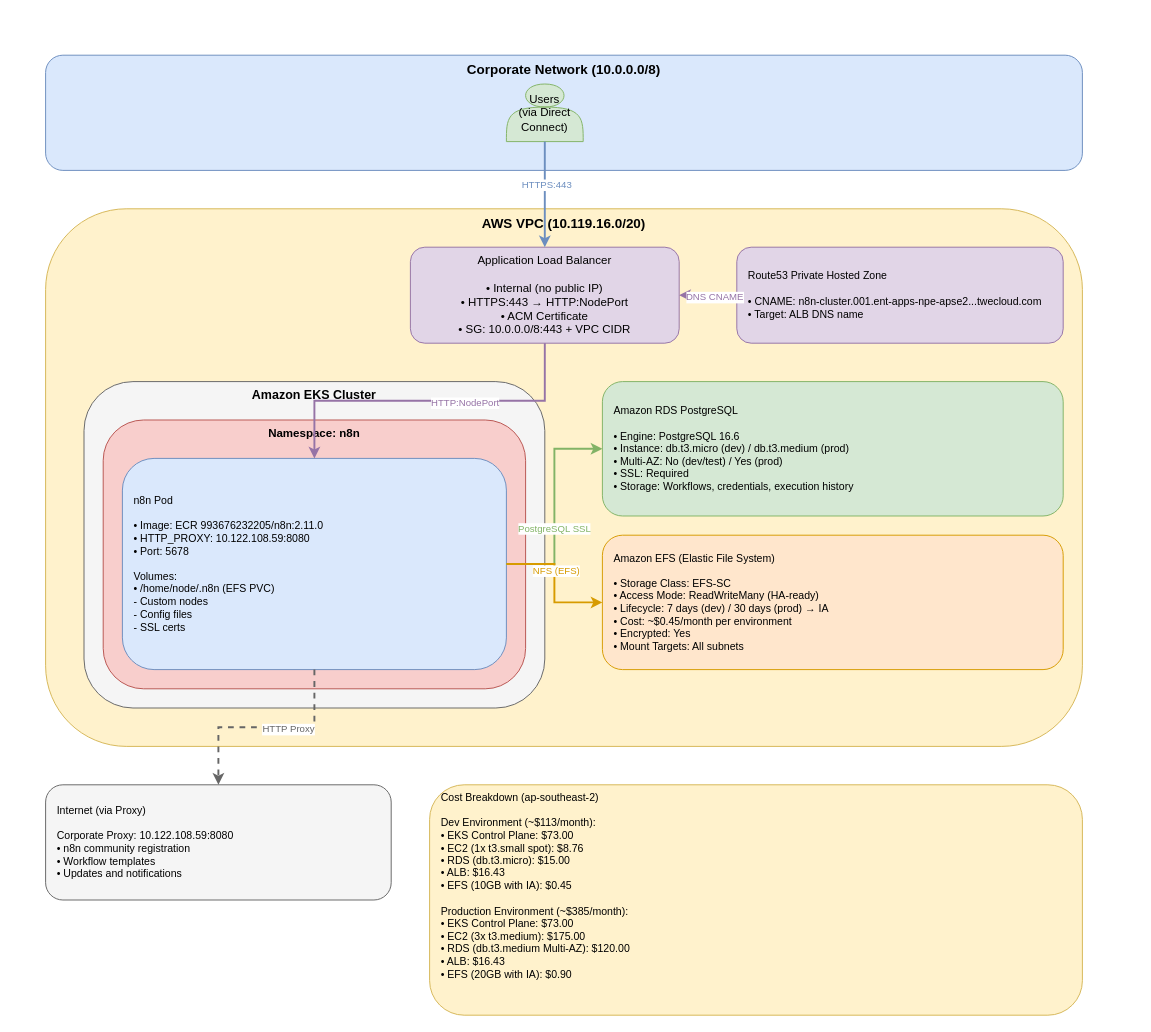
Earlier version of the draw.io diagram architecture-diagram.drawio (twe-cloudops/n8n-on-aws-eks). Source tidied: cells renumbered, new cells numbered last; positions are measured from the earlier drawing's top-left corner, leaving out a move shared by most shapes. Both pictures are drawn from the tidied source at 96%, with x=0, y=0 at pixel (45, 55).
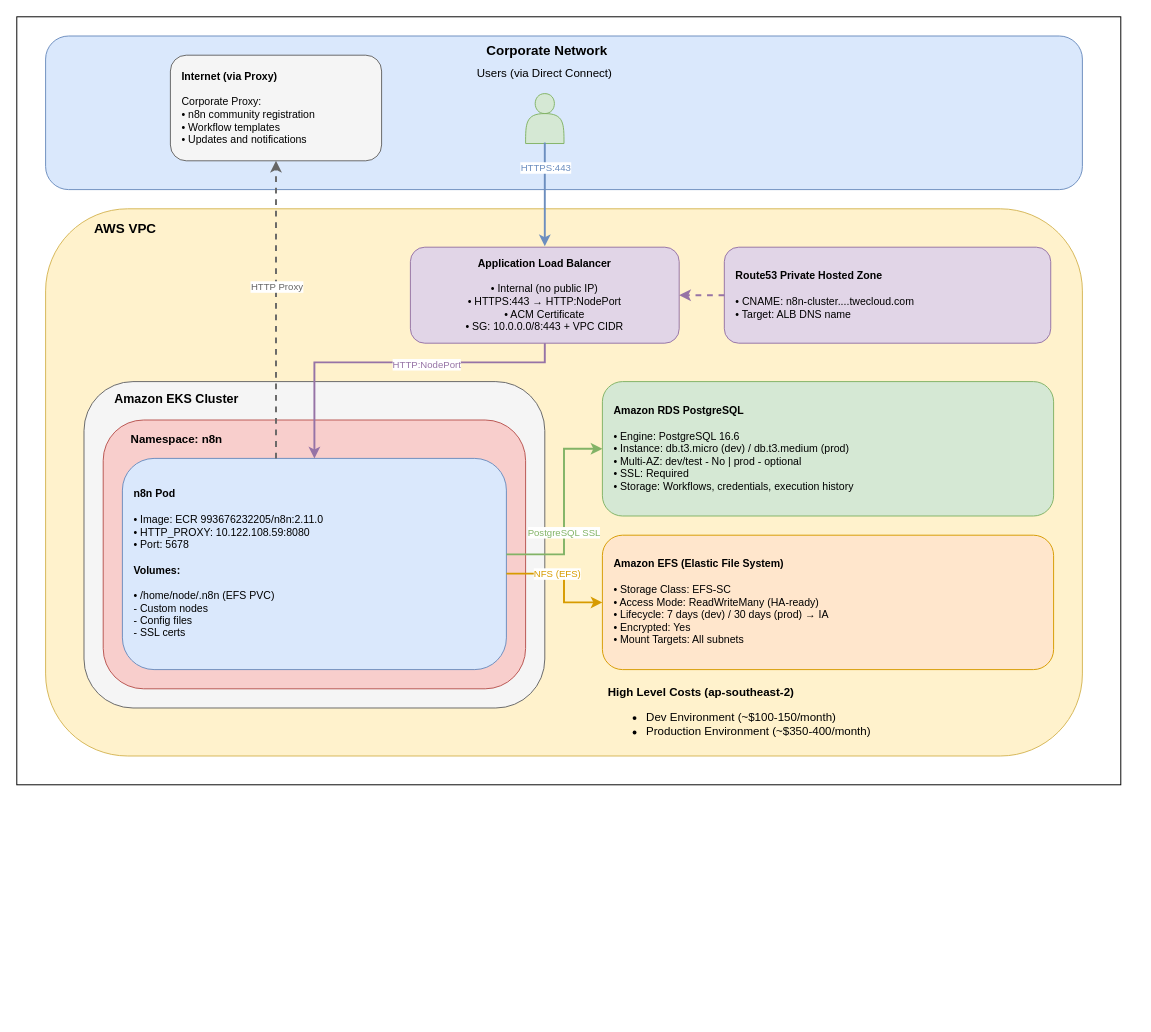
The same page after the edit.

Commit message (it also covers changes not shown here):
Update architecture diagram with exported PNG

- Updated Draw.io diagram
- Added PNG export for easy viewing
- Shows complete AWS infrastructure with data flows

Unchanged cells that the change refers to:
```xml
<mxCell id="24" style="edgeStyle=orthogonalEdgeStyle;rounded=0;jettySize=auto;html=1;strokeWidth=2;strokeColor=#9673a6;dashed=1;" parent="1" edge="1" source="11" target="5">
  <mxGeometry relative="1" as="geometry" />
</mxCell>
```

The edit, as a diff of the source:
```diff
@@
+    <mxCell id="26" style="rounded=0;whiteSpace=wrap;html=1;" parent="1" vertex="1">
+      <mxGeometry x="-30" y="-40" width="1150" height="800" as="geometry" />
+    </mxCell>
-    <mxCell id="2" value="Corporate Network (10.0.0.0/8)" style="rounded=1;whiteSpace=wrap;html=1;fillColor=#dae8fc;strokeColor=#6c8ebf;verticalAlign=top;fontSize=14;fontStyle=1;" parent="1" vertex="1">
-      <mxGeometry width="1080" height="120" as="geometry" />
+    <mxCell id="2" value="Corporate Network&amp;nbsp; &amp;nbsp; &amp;nbsp; &amp;nbsp; &amp;nbsp;" style="rounded=1;whiteSpace=wrap;html=1;fillColor=#dae8fc;strokeColor=#6c8ebf;verticalAlign=top;fontSize=14;fontStyle=1;" parent="1" vertex="1">
+      <mxGeometry y="-20" width="1080" height="160" as="geometry" />
     </mxCell>
-    <mxCell id="3" value="Users&#10;(via Direct Connect)" style="shape=actor;whiteSpace=wrap;html=1;fillColor=#d5e8d4;strokeColor=#82b366;" parent="1" vertex="1">
-      <mxGeometry x="480" y="30" width="80" height="60" as="geometry" />
+    <mxCell id="3" style="shape=actor;whiteSpace=wrap;html=1;fillColor=#d5e8d4;strokeColor=#82b366;" parent="1" vertex="1">
+      <mxGeometry x="500" y="40" width="40" height="52" as="geometry" />
     </mxCell>
-    <mxCell id="4" value="AWS VPC (10.119.16.0/20)" style="rounded=1;whiteSpace=wrap;html=1;fillColor=#fff2cc;strokeColor=#d6b656;verticalAlign=top;fontSize=14;fontStyle=1;" parent="1" vertex="1">
-      <mxGeometry y="160" width="1080" height="560" as="geometry" />
+    <mxCell id="4" value="AWS VPC" style="rounded=1;whiteSpace=wrap;html=1;fillColor=#fff2cc;strokeColor=#d6b656;verticalAlign=top;fontSize=14;fontStyle=1;align=left;spacingLeft=49;spacingTop=6;" parent="1" vertex="1">
+      <mxGeometry y="160" width="1080" height="570" as="geometry" />
     </mxCell>
-    <mxCell id="5" value="Application Load Balancer&#10;&#10;• Internal (no public IP)&#10;• HTTPS:443 → HTTP:NodePort&#10;• ACM Certificate&#10;• SG: 10.0.0.0/8:443 + VPC CIDR" style="rounded=1;whiteSpace=wrap;html=1;fillColor=#e1d5e7;strokeColor=#9673a6;fontSize=12;" parent="1" vertex="1">
+    <mxCell id="5" value="&lt;b&gt;Application Load Balancer&lt;/b&gt;&lt;br&gt;&lt;br&gt;• Internal (no public IP)&lt;br&gt;• HTTPS:443 → HTTP:NodePort&lt;br&gt;• ACM Certificate&lt;br&gt;• SG: 10.0.0.0/8:443 + VPC CIDR" style="rounded=1;whiteSpace=wrap;html=1;fillColor=#e1d5e7;strokeColor=#9673a6;fontSize=11;" parent="1" vertex="1">
       <mxGeometry x="380" y="200" width="280" height="100" as="geometry" />
     </mxCell>
-    <mxCell id="6" value="Amazon EKS Cluster" style="rounded=1;whiteSpace=wrap;html=1;fillColor=#f5f5f5;strokeColor=#666666;verticalAlign=top;fontSize=13;fontStyle=1;" parent="1" vertex="1">
+    <mxCell id="6" value="Amazon EKS Cluster" style="rounded=1;whiteSpace=wrap;html=1;fillColor=#f5f5f5;strokeColor=#666666;verticalAlign=top;fontSize=13;fontStyle=1;align=left;spacingLeft=30;spacingTop=4;" parent="1" vertex="1">
       <mxGeometry x="40" y="340" width="480" height="340" as="geometry" />
     </mxCell>
-    <mxCell id="7" value="Namespace: n8n" style="rounded=1;whiteSpace=wrap;html=1;fillColor=#f8cecc;strokeColor=#b85450;verticalAlign=top;fontSize=12;fontStyle=1;" parent="1" vertex="1">
+    <mxCell id="7" value="Namespace: n8n" style="rounded=1;whiteSpace=wrap;html=1;fillColor=#f8cecc;strokeColor=#b85450;verticalAlign=top;fontSize=12;fontStyle=1;align=left;spacingLeft=27;spacingBottom=0;spacingTop=6;" parent="1" vertex="1">
       <mxGeometry x="60" y="380" width="440" height="280" as="geometry" />
     </mxCell>
-    <mxCell id="8" value="n8n Pod&#10;&#10;• Image: ECR 993676232205/n8n:2.11.0&#10;• HTTP_PROXY: 10.122.108.59:8080&#10;• Port: 5678&#10;&#10;Volumes:&#10;• /home/node/.n8n (EFS PVC)&#10;  - Custom nodes&#10;  - Config files&#10;  - SSL certs" style="rounded=1;whiteSpace=wrap;html=1;fillColor=#dae8fc;strokeColor=#6c8ebf;fontSize=11;align=left;spacingLeft=10;" parent="1" vertex="1">
+    <mxCell id="8" value="&lt;b&gt;n8n Pod&lt;/b&gt;&lt;br&gt;&lt;br&gt;• Image: ECR 993676232205/n8n:2.11.0&lt;br&gt;• HTTP_PROXY: 10.122.108.59:8080&lt;br&gt;• Port: 5678&lt;br&gt;&lt;br&gt;&lt;b&gt;Volumes:&lt;br&gt;&lt;/b&gt;&lt;br&gt;• /home/node/.n8n (EFS PVC)&lt;br&gt;  - Custom nodes&lt;br&gt;  - Config files&lt;br&gt;  - SSL certs" style="rounded=1;whiteSpace=wrap;html=1;fillColor=#dae8fc;strokeColor=#6c8ebf;fontSize=11;align=left;spacingLeft=10;" parent="1" vertex="1">
       <mxGeometry x="80" y="420" width="400" height="220" as="geometry" />
     </mxCell>
-    <mxCell id="9" value="Amazon RDS PostgreSQL&#10;&#10;• Engine: PostgreSQL 16.6&#10;• Instance: db.t3.micro (dev) / db.t3.medium (prod)&#10;• Multi-AZ: No (dev/test) / Yes (prod)&#10;• SSL: Required&#10;• Storage: Workflows, credentials, execution history" style="rounded=1;whiteSpace=wrap;html=1;fillColor=#d5e8d4;strokeColor=#82b366;fontSize=11;align=left;spacingLeft=10;" parent="1" vertex="1">
-      <mxGeometry x="580" y="340" width="480" height="140" as="geometry" />
+    <mxCell id="9" value="&lt;b&gt;Amazon RDS PostgreSQL&lt;/b&gt;&lt;br&gt;&lt;br&gt;• Engine: PostgreSQL 16.6&lt;br&gt;• Instance: db.t3.micro (dev) / db.t3.medium (prod)&lt;br&gt;• Multi-AZ: dev/test - No | prod - optional&lt;br&gt;• SSL: Required&lt;br&gt;• Storage: Workflows, credentials, execution history" style="rounded=1;whiteSpace=wrap;html=1;fillColor=#d5e8d4;strokeColor=#82b366;fontSize=11;align=left;spacingLeft=10;" parent="1" vertex="1">
+      <mxGeometry x="580" y="340" width="470" height="140" as="geometry" />
     </mxCell>
-    <mxCell id="10" value="Amazon EFS (Elastic File System)&#10;&#10;• Storage Class: EFS-SC&#10;• Access Mode: ReadWriteMany (HA-ready)&#10;• Lifecycle: 7 days (dev) / 30 days (prod) → IA&#10;• Cost: ~$0.45/month per environment&#10;• Encrypted: Yes&#10;• Mount Targets: All subnets" style="rounded=1;whiteSpace=wrap;html=1;fillColor=#ffe6cc;strokeColor=#d79b00;fontSize=11;align=left;spacingLeft=10;" parent="1" vertex="1">
-      <mxGeometry x="580" y="500" width="480" height="140" as="geometry" />
+    <mxCell id="10" value="&lt;b&gt;Amazon EFS (Elastic File System)&lt;/b&gt;&lt;br&gt;&lt;br&gt;• Storage Class: EFS-SC&lt;br&gt;• Access Mode: ReadWriteMany (HA-ready)&lt;br&gt;• Lifecycle: 7 days (dev) / 30 days (prod) → IA&lt;br&gt;• Encrypted: Yes&lt;br&gt;• Mount Targets: All subnets" style="rounded=1;whiteSpace=wrap;html=1;fillColor=#ffe6cc;strokeColor=#d79b00;fontSize=11;align=left;spacingLeft=10;" parent="1" vertex="1">
+      <mxGeometry x="580" y="500" width="470" height="140" as="geometry" />
     </mxCell>
-    <mxCell id="11" value="Route53 Private Hosted Zone&#10;&#10;• CNAME: n8n-cluster.001.ent-apps-npe-apse2...twecloud.com&#10;• Target: ALB DNS name" style="rounded=1;whiteSpace=wrap;html=1;fillColor=#e1d5e7;strokeColor=#9673a6;fontSize=11;align=left;spacingLeft=10;" parent="1" vertex="1">
-      <mxGeometry x="720" y="200" width="340" height="100" as="geometry" />
+    <mxCell id="11" value="&lt;b&gt;Route53 Private Hosted Zone&lt;/b&gt;&lt;br&gt;&lt;br&gt;• CNAME: n8n-cluster....twecloud.com&lt;br&gt;• Target: ALB DNS name" style="rounded=1;whiteSpace=wrap;html=1;fillColor=#e1d5e7;strokeColor=#9673a6;fontSize=11;align=left;spacingLeft=10;" parent="1" vertex="1">
+      <mxGeometry x="707" y="200" width="340" height="100" as="geometry" />
     </mxCell>
-    <mxCell id="12" value="Internet (via Proxy)&#10;&#10;Corporate Proxy: 10.122.108.59:8080&#10;• n8n community registration&#10;• Workflow templates&#10;• Updates and notifications" style="rounded=1;whiteSpace=wrap;html=1;fillColor=#f5f5f5;strokeColor=#666666;fontSize=11;align=left;spacingLeft=10;" parent="1" vertex="1">
-      <mxGeometry y="760" width="360" height="120" as="geometry" />
+    <mxCell id="12" value="&lt;b&gt;Internet (via Proxy)&lt;/b&gt;&lt;br&gt;&lt;br&gt;Corporate Proxy:&lt;br&gt;• n8n community registration&lt;br&gt;• Workflow templates&lt;br&gt;• Updates and notifications" style="rounded=1;whiteSpace=wrap;html=1;fillColor=#f5f5f5;strokeColor=#666666;fontSize=11;align=left;spacingLeft=10;" parent="1" vertex="1">
+      <mxGeometry x="130" width="220" height="110" as="geometry" />
     </mxCell>
-    <mxCell id="13" value="Cost Breakdown (ap-southeast-2)&#10;&#10;Dev Environment (~$113/month):&#10;• EKS Control Plane: $73.00&#10;• EC2 (1x t3.small spot): $8.76&#10;• RDS (db.t3.micro): $15.00&#10;• ALB: $16.43&#10;• EFS (10GB with IA): $0.45&#10;&#10;Production Environment (~$385/month):&#10;• EKS Control Plane: $73.00&#10;• EC2 (3x t3.medium): $175.00&#10;• RDS (db.t3.medium Multi-AZ): $120.00&#10;• ALB: $16.43&#10;• EFS (20GB with IA): $0.90" style="rounded=1;whiteSpace=wrap;html=1;fillColor=#fff2cc;strokeColor=#d6b656;fontSize=11;align=left;spacingLeft=10;verticalAlign=top;" parent="1" vertex="1">
-      <mxGeometry x="400" y="760" width="680" height="240" as="geometry" />
-    </mxCell>
-    <mxCell id="14" style="edgeStyle=orthogonalEdgeStyle;rounded=0;jettySize=auto;html=1;strokeWidth=2;strokeColor=#6c8ebf;" parent="1" edge="1" source="3" target="5">
-      <mxGeometry relative="1" as="geometry" />
+    <mxCell id="14" style="edgeStyle=orthogonalEdgeStyle;rounded=0;orthogonalLoop=1;jettySize=auto;html=1;strokeWidth=2;strokeColor=#6c8ebf;" parent="1" edge="1">
+      <mxGeometry relative="1" as="geometry">
+        <mxPoint x="520" y="91" as="sourcePoint" />
+        <mxPoint x="520" y="199" as="targetPoint" />
+      </mxGeometry>
     </mxCell>
     <mxCell id="15" value="HTTPS:443" style="edgeLabel;html=1;align=center;verticalAlign=middle;fontSize=10;fontColor=#6c8ebf;" parent="14" vertex="1">
-      <mxGeometry x="-0.2" y="1" relative="1" as="geometry" />
+      <mxGeometry x="-0.2" y="1" relative="1" as="geometry">
+        <mxPoint x="-1" y="-18" as="offset" />
+      </mxGeometry>
     </mxCell>
     <mxCell id="16" style="edgeStyle=orthogonalEdgeStyle;rounded=0;jettySize=auto;html=1;strokeWidth=2;strokeColor=#9673a6;" parent="1" edge="1" source="5" target="8">
-      <mxGeometry relative="1" as="geometry" />
+      <mxGeometry relative="1" as="geometry">
+        <Array as="points">
+          <mxPoint x="520" y="320" />
+          <mxPoint x="280" y="320" />
+        </Array>
+      </mxGeometry>
     </mxCell>
@@
     <mxCell id="18" style="edgeStyle=orthogonalEdgeStyle;rounded=0;jettySize=auto;html=1;strokeWidth=2;strokeColor=#82b366;" parent="1" edge="1" source="8" target="9">
-      <mxGeometry relative="1" as="geometry" />
+      <mxGeometry relative="1" as="geometry">
+        <Array as="points">
+          <mxPoint x="540" y="520" />
+          <mxPoint x="540" y="410" />
+        </Array>
+      </mxGeometry>
     </mxCell>
@@
     <mxCell id="20" style="edgeStyle=orthogonalEdgeStyle;rounded=0;jettySize=auto;html=1;strokeWidth=2;strokeColor=#d79b00;" parent="1" edge="1" source="8" target="10">
-      <mxGeometry relative="1" as="geometry" />
+      <mxGeometry relative="1" as="geometry">
+        <Array as="points">
+          <mxPoint x="540" y="540" />
+          <mxPoint x="540" y="570" />
+        </Array>
+      </mxGeometry>
     </mxCell>
@@
     <mxCell id="22" style="edgeStyle=orthogonalEdgeStyle;rounded=0;jettySize=auto;html=1;strokeWidth=2;strokeColor=#666666;dashed=1;" parent="1" edge="1" source="8" target="12">
-      <mxGeometry relative="1" as="geometry" />
+      <mxGeometry relative="1" as="geometry">
+        <Array as="points">
+          <mxPoint x="240" y="350" />
+          <mxPoint x="240" y="350" />
+        </Array>
+      </mxGeometry>
     </mxCell>
     <mxCell id="23" value="HTTP Proxy" style="edgeLabel;html=1;align=center;verticalAlign=middle;fontSize=10;fontColor=#666666;" parent="22" vertex="1">
-      <mxGeometry x="-0.2" y="1" relative="1" as="geometry" />
+      <mxGeometry x="-0.2" y="1" relative="1" as="geometry">
+        <mxPoint x="1" y="-56" as="offset" />
+      </mxGeometry>
     </mxCell>
@@
-    <mxCell id="25" value="DNS CNAME" style="edgeLabel;html=1;align=center;verticalAlign=middle;fontSize=10;fontColor=#9673a6;" parent="24" vertex="1">
-      <mxGeometry x="-0.2" y="1" relative="1" as="geometry" />
-    </mxCell>
+    <mxCell id="27" value="Users (via Direct Connect)" style="text;html=1;strokeColor=none;fillColor=none;align=center;verticalAlign=middle;whiteSpace=wrap;rounded=0;" parent="1" vertex="1">
+      <mxGeometry x="400" y="4" width="240" height="30" as="geometry" />
+    </mxCell>
+    <mxCell id="28" value="&lt;b style=&quot;border-color: var(--border-color); font-size: 12px;&quot;&gt;High Level Costs (ap-southeast-2)&lt;/b&gt;&lt;br style=&quot;border-color: var(--border-color); font-size: 12px;&quot;&gt;&lt;ul&gt;&lt;li&gt;Dev Environment (~$100-150/month)&lt;/li&gt;&lt;li&gt;&lt;span style=&quot;font-size: 12px;&quot;&gt;Production Environment (~$350-400/month)&lt;/span&gt;&lt;/li&gt;&lt;/ul&gt;" style="text;html=1;strokeColor=none;fillColor=none;align=left;verticalAlign=middle;whiteSpace=wrap;rounded=0;fontSize=12;" parent="1" vertex="1">
+      <mxGeometry x="584" y="655" width="550" height="70" as="geometry" />
+    </mxCell>
```
